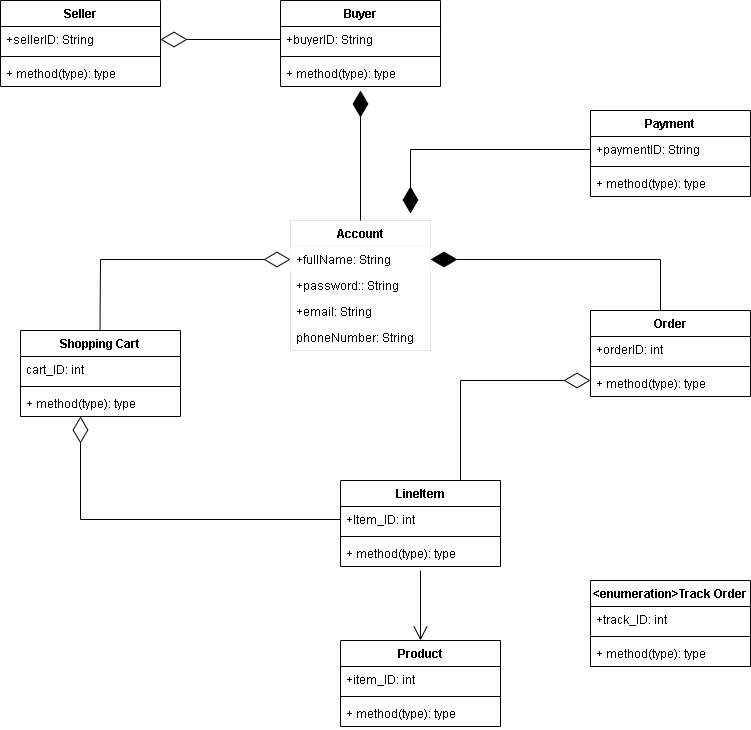
Before: givealittle/UML diagramls/Logical View/classDiagram.png, a diagram exported from draw.io (tiisetsohub/GiveALittle). Source tidied: cells renumbered, new cells last; positions are measured from the earlier drawing's top-left corner, leaving out a move shared by most shapes.
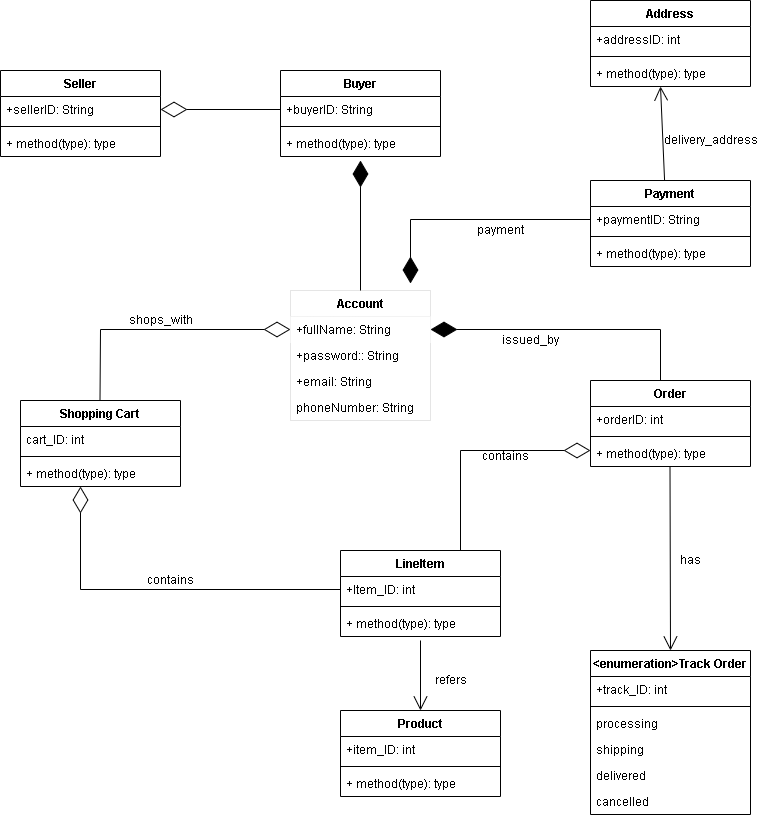
After the commit.

The edit, as a diff of the source:
```diff
@@ -75,7 +75,7 @@
       <mxGeometry y="60" width="160" height="26" as="geometry" />
     </mxCell>
     <mxCell id="26" value="&lt;enumeration&gt;Track Order" style="swimlane;fontStyle=1;align=center;verticalAlign=top;horizontal=1;startSize=26;" parent="1" vertex="1">
-      <mxGeometry x="590" y="580" width="160" height="86" as="geometry" />
+      <mxGeometry x="590" y="580" width="160" height="164" as="geometry" />
     </mxCell>
     <mxCell id="27" value="+track_ID: int" style="text;strokeColor=none;fillColor=none;align=left;verticalAlign=top;spacingLeft=4;spacingRight=4;overflow=hidden;" parent="26" vertex="1">
       <mxGeometry y="26" width="160" height="26" as="geometry" />
@@ -83,9 +83,18 @@
     <mxCell id="28" style="line;strokeWidth=1;fillColor=none;align=left;verticalAlign=middle;spacingTop=-1;spacingLeft=3;spacingRight=3;labelPosition=right;" parent="26" vertex="1">
       <mxGeometry y="52" width="160" height="8" as="geometry" />
     </mxCell>
-    <mxCell id="29" value="+ method(type): type" style="text;strokeColor=none;fillColor=none;align=left;verticalAlign=top;spacingLeft=4;spacingRight=4;overflow=hidden;" parent="26" vertex="1">
+    <mxCell id="29" value="processing" style="text;strokeColor=none;fillColor=none;align=left;verticalAlign=top;spacingLeft=4;spacingRight=4;overflow=hidden;" parent="26" vertex="1">
       <mxGeometry y="60" width="160" height="26" as="geometry" />
     </mxCell>
+    <mxCell id="47" value="shipping" style="text;strokeColor=none;fillColor=none;align=left;verticalAlign=top;spacingLeft=4;spacingRight=4;overflow=hidden;" parent="26" vertex="1">
+      <mxGeometry y="86" width="160" height="26" as="geometry" />
+    </mxCell>
+    <mxCell id="48" value="delivered" style="text;strokeColor=none;fillColor=none;align=left;verticalAlign=top;spacingLeft=4;spacingRight=4;overflow=hidden;" parent="26" vertex="1">
+      <mxGeometry y="112" width="160" height="26" as="geometry" />
+    </mxCell>
+    <mxCell id="49" value="cancelled" style="text;strokeColor=none;fillColor=none;align=left;verticalAlign=top;spacingLeft=4;spacingRight=4;overflow=hidden;" parent="26" vertex="1">
+      <mxGeometry y="138" width="160" height="26" as="geometry" />
+    </mxCell>
     <mxCell id="30" value="Seller" style="swimlane;fontStyle=1;align=center;verticalAlign=top;horizontal=1;startSize=26;" parent="1" vertex="1">
       <mxGeometry width="160" height="86" as="geometry" />
     </mxCell>
@@ -165,5 +174,51 @@
     <mxCell id="46" style="endArrow=open;endFill=1;endSize=12;html=1;rounded=0;entryX=0.5;entryY=0;entryDx=0;entryDy=0;exitX=0.5;exitY=1.154;exitDx=0;exitDy=0;exitPerimeter=0;" parent="1" edge="1" source="17" target="22">
       <mxGeometry relative="1" as="geometry" />
     </mxCell>
+    <mxCell id="50" style="endArrow=open;endFill=1;endSize=12;html=1;rounded=0;entryX=0.5;entryY=0;entryDx=0;entryDy=0;exitX=0.5;exitY=1.154;exitDx=0;exitDy=0;exitPerimeter=0;" parent="1" edge="1" target="26">
+      <mxGeometry relative="1" as="geometry">
+        <mxPoint x="669.5" y="396" as="sourcePoint" />
+      </mxGeometry>
+    </mxCell>
+    <mxCell id="51" value="contains" style="text;html=1;align=center;verticalAlign=middle;fillColor=none;strokeColor=none;rounded=0;" parent="1" vertex="1">
+      <mxGeometry x="140" y="500" width="60" height="20" as="geometry" />
+    </mxCell>
+    <mxCell id="52" value="contains" style="text;html=1;align=center;verticalAlign=middle;fillColor=none;strokeColor=none;rounded=0;" parent="1" vertex="1">
+      <mxGeometry x="475" y="376" width="60" height="20" as="geometry" />
+    </mxCell>
+    <mxCell id="53" value="refers" style="text;html=1;align=center;verticalAlign=middle;fillColor=none;strokeColor=none;rounded=0;" parent="1" vertex="1">
+      <mxGeometry x="425" y="600" width="50" height="20" as="geometry" />
+    </mxCell>
+    <mxCell id="54" value="has" style="text;html=1;align=center;verticalAlign=middle;fillColor=none;strokeColor=none;rounded=0;" parent="1" vertex="1">
+      <mxGeometry x="670" y="480" width="40" height="20" as="geometry" />
+    </mxCell>
+    <mxCell id="55" value="shops_with" style="text;html=1;align=center;verticalAlign=middle;fillColor=none;strokeColor=none;rounded=0;" parent="1" vertex="1">
+      <mxGeometry x="120" y="240" width="80" height="20" as="geometry" />
+    </mxCell>
+    <mxCell id="56" value="Address" style="swimlane;fontStyle=1;align=center;verticalAlign=top;horizontal=1;startSize=26;" parent="1" vertex="1">
+      <mxGeometry x="590" y="-70" width="160" height="86" as="geometry" />
+    </mxCell>
+    <mxCell id="57" value="+addressID: int" style="text;strokeColor=none;fillColor=none;align=left;verticalAlign=top;spacingLeft=4;spacingRight=4;overflow=hidden;" parent="56" vertex="1">
+      <mxGeometry y="26" width="160" height="26" as="geometry" />
+    </mxCell>
+    <mxCell id="58" style="line;strokeWidth=1;fillColor=none;align=left;verticalAlign=middle;spacingTop=-1;spacingLeft=3;spacingRight=3;labelPosition=right;" parent="56" vertex="1">
+      <mxGeometry y="52" width="160" height="8" as="geometry" />
+    </mxCell>
+    <mxCell id="59" value="+ method(type): type" style="text;strokeColor=none;fillColor=none;align=left;verticalAlign=top;spacingLeft=4;spacingRight=4;overflow=hidden;" parent="56" vertex="1">
+      <mxGeometry y="60" width="160" height="26" as="geometry" />
+    </mxCell>
+    <mxCell id="60" style="endArrow=none;endFill=0;endSize=12;html=1;rounded=0;exitX=0.5;exitY=1.154;exitDx=0;exitDy=0;exitPerimeter=0;entryX=0.463;entryY=0;entryDx=0;entryDy=0;entryPerimeter=0;startArrow=open;startFill=0;startSize=12;" parent="1" edge="1" target="6">
+      <mxGeometry relative="1" as="geometry">
+        <mxPoint x="660" y="16" as="sourcePoint" />
+      </mxGeometry>
+    </mxCell>
+    <mxCell id="61" value="delivery_address" style="text;html=1;align=center;verticalAlign=middle;fillColor=none;strokeColor=none;rounded=0;" parent="1" vertex="1">
+      <mxGeometry x="655" y="60" width="110" height="20" as="geometry" />
+    </mxCell>
+    <mxCell id="62" value="issued_by" style="text;html=1;align=center;verticalAlign=middle;fillColor=none;strokeColor=none;rounded=0;" parent="1" vertex="1">
+      <mxGeometry x="495" y="260" width="70" height="20" as="geometry" />
+    </mxCell>
+    <mxCell id="63" value="payment" style="text;html=1;align=center;verticalAlign=middle;fillColor=none;strokeColor=none;rounded=0;" parent="1" vertex="1">
+      <mxGeometry x="470" y="150" width="60" height="20" as="geometry" />
+    </mxCell>
   </root>
 </mxGraphModel>
```
